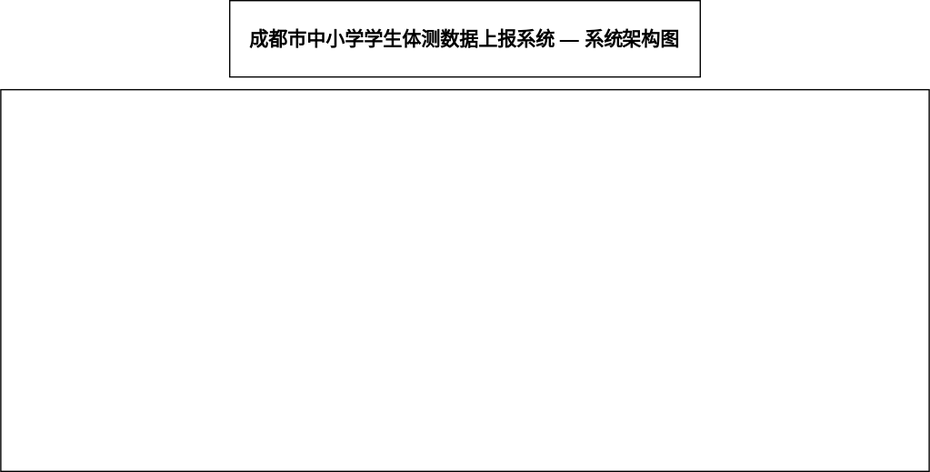
Before: test4_2总体设计_系统架构.drawio.svg, a diagram exported from draw.io (typeclover/xiamuanan). Source tidied: cells renumbered, new cells last; positions are measured from the earlier drawing's top-left corner, leaving out a move shared by most shapes. Its diagram source:
```xml
<mxGraphModel>
  <root>
    <mxCell id="0" />
    <mxCell id="1" parent="0" />
    <mxCell id="2" value="&lt;span style=&quot;font-family: &amp;quot;Microsoft YaHei&amp;quot;, SimHei, sans-serif; font-size: 15px; font-weight: 700; text-align: start; white-space: nowrap;&quot;&gt;成都市中小学学生体测数据上报系统 — 系统架构图&lt;/span&gt;" style="rounded=0;whiteSpace=wrap;html=1;" parent="1" vertex="1">
      <mxGeometry x="180" width="370" height="60" as="geometry" />
    </mxCell>
    <mxCell id="3" style="rounded=0;whiteSpace=wrap;html=1;" parent="1" vertex="1">
      <mxGeometry y="70" width="730" height="300" as="geometry" />
    </mxCell>
  </root>
</mxGraphModel>
```
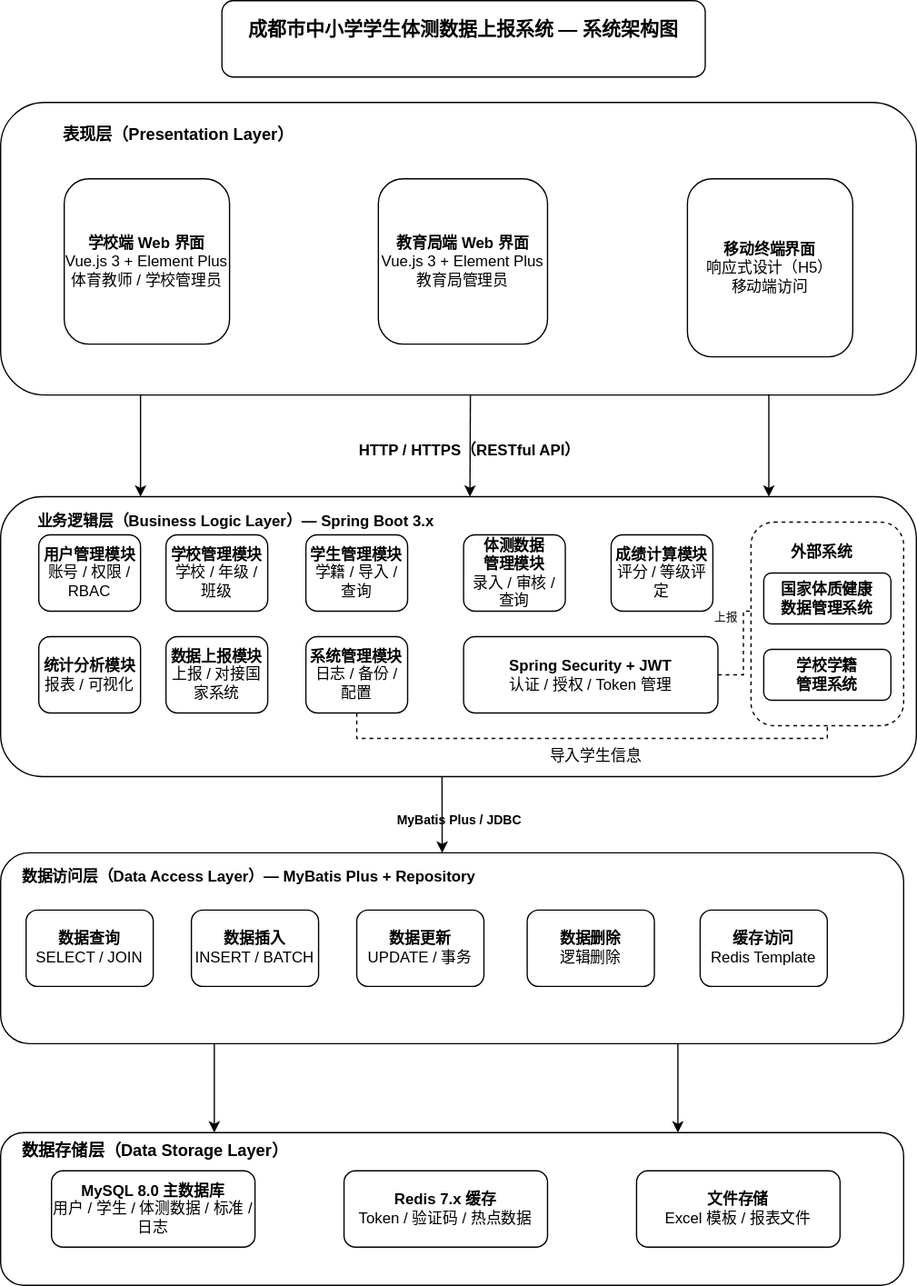
The same file after the commit.

Commit message:
更新test4_2总体设计_系统架构.drawio.svg

Change to the diagram source:
```diff
@@ -2,11 +2,156 @@
   <root>
     <mxCell id="0" />
     <mxCell id="1" parent="0" />
-    <mxCell id="2" value="&lt;span style=&quot;font-family: &amp;quot;Microsoft YaHei&amp;quot;, SimHei, sans-serif; font-size: 15px; font-weight: 700; text-align: start; white-space: nowrap;&quot;&gt;成都市中小学学生体测数据上报系统 — 系统架构图&lt;/span&gt;" style="rounded=0;whiteSpace=wrap;html=1;" parent="1" vertex="1">
-      <mxGeometry x="180" width="370" height="60" as="geometry" />
+    <mxCell id="2" value="&#10;&lt;span style=&quot;color: rgb(0, 0, 0); font-family: &amp;quot;Microsoft YaHei&amp;quot;, SimHei, sans-serif; font-size: 15px; font-style: normal; font-variant-ligatures: normal; font-variant-caps: normal; font-weight: 700; letter-spacing: normal; orphans: 2; text-align: start; text-indent: 0px; text-transform: none; widows: 2; word-spacing: 0px; -webkit-text-stroke-width: 0px; white-space: nowrap; text-decoration-thickness: initial; text-decoration-style: initial; text-decoration-color: initial; display: inline !important; float: none;&quot;&gt;成都市中小学学生体测数据上报系统 — 系统架构图&lt;/span&gt;&#10;&#10;" style="rounded=1;whiteSpace=wrap;html=1;" parent="1" vertex="1">
+      <mxGeometry x="180" width="380" height="60" as="geometry" />
     </mxCell>
-    <mxCell id="3" style="rounded=0;whiteSpace=wrap;html=1;" parent="1" vertex="1">
-      <mxGeometry y="70" width="730" height="300" as="geometry" />
-    </mxCell>
+    <mxCell id="4" style="rounded=1;whiteSpace=wrap;html=1;" parent="1" vertex="1">
+      <mxGeometry x="6" y="80" width="720" height="230" as="geometry" />
+    </mxCell>
+    <mxCell id="5" value="&lt;div&gt;&lt;b&gt;学校端 Web 界面&lt;/b&gt;&lt;/div&gt;&lt;div&gt;Vue.js 3 + Element Plus&lt;/div&gt;&lt;div&gt;体育教师 / 学校管理员&lt;/div&gt;" style="rounded=1;whiteSpace=wrap;html=1;" parent="1" vertex="1">
+      <mxGeometry x="56" y="140" width="130" height="130" as="geometry" />
+    </mxCell>
+    <mxCell id="6" value="&lt;div&gt;&lt;b&gt;教育局端 Web 界面&lt;/b&gt;&lt;/div&gt;&lt;div&gt;Vue.js 3 + Element Plus&lt;/div&gt;&lt;div&gt;教育局管理员&lt;/div&gt;" style="rounded=1;whiteSpace=wrap;html=1;" parent="1" vertex="1">
+      <mxGeometry x="303" y="140" width="133" height="130" as="geometry" />
+    </mxCell>
+    <mxCell id="7" value="&lt;div&gt;&lt;b&gt;移动终端界面&lt;/b&gt;&lt;/div&gt;&lt;div&gt;响应式设计（H5）&lt;/div&gt;&lt;div&gt;移动端访问&lt;/div&gt;" style="rounded=1;whiteSpace=wrap;html=1;" parent="1" vertex="1">
+      <mxGeometry x="546" y="140" width="130" height="140" as="geometry" />
+    </mxCell>
+    <mxCell id="8" value="&lt;span style=&quot;font-family: &amp;quot;Microsoft YaHei&amp;quot;, SimHei, sans-serif; font-size: 13px; font-weight: 700; text-align: start; white-space: nowrap;&quot;&gt;表现层（Presentation Layer）&lt;/span&gt;" style="text;html=1;whiteSpace=wrap;strokeColor=none;fillColor=none;align=center;verticalAlign=middle;rounded=0;" parent="1" vertex="1">
+      <mxGeometry x="46" y="90" width="200" height="30" as="geometry" />
+    </mxCell>
+    <mxCell id="9" style="endArrow=classic;html=1;rounded=0;" parent="1" edge="1">
+      <mxGeometry relative="1" as="geometry">
+        <mxPoint x="116" y="310" as="sourcePoint" />
+        <mxPoint x="116" y="390" as="targetPoint" />
+      </mxGeometry>
+    </mxCell>
+    <mxCell id="10" style="endArrow=classic;html=1;rounded=0;exitX=0.15;exitY=1.014;exitDx=0;exitDy=0;exitPerimeter=0;" parent="1" edge="1">
+      <mxGeometry relative="1" as="geometry">
+        <mxPoint x="610" y="310" as="sourcePoint" />
+        <mxPoint x="610" y="390" as="targetPoint" />
+      </mxGeometry>
+    </mxCell>
+    <mxCell id="11" style="endArrow=classic;html=1;rounded=0;exitX=0.513;exitY=1;exitDx=0;exitDy=0;exitPerimeter=0;" parent="1" edge="1" source="4">
+      <mxGeometry relative="1" as="geometry">
+        <mxPoint x="375" y="390" as="targetPoint" />
+      </mxGeometry>
+    </mxCell>
+    <mxCell id="12" style="rounded=1;whiteSpace=wrap;html=1;" parent="1" vertex="1">
+      <mxGeometry x="6" y="390" width="720" height="220" as="geometry" />
+    </mxCell>
+    <mxCell id="13" value="HTTP / HTTPS（RESTful API）" style="text;whiteSpace=wrap;fontStyle=1;" parent="1" vertex="1">
+      <mxGeometry x="286" y="340" width="200" height="20" as="geometry" />
+    </mxCell>
+    <mxCell id="14" value="&lt;div&gt;&lt;b&gt;用户管理模块&lt;/b&gt;&lt;/div&gt;&lt;div&gt;账号 / 权限 / RBAC&lt;/div&gt;" style="rounded=1;whiteSpace=wrap;html=1;" parent="1" vertex="1">
+      <mxGeometry x="36" y="420" width="80" height="60" as="geometry" />
+    </mxCell>
+    <mxCell id="15" value="&lt;div&gt;&lt;b&gt;体测数据&lt;/b&gt;&lt;/div&gt;&lt;div&gt;&lt;b&gt;管理模块&lt;/b&gt;&lt;/div&gt;&lt;div&gt;录入 / 审核 / 查询&lt;/div&gt;" style="rounded=1;whiteSpace=wrap;html=1;" parent="1" vertex="1">
+      <mxGeometry x="370" y="420" width="80" height="60" as="geometry" />
+    </mxCell>
+    <mxCell id="16" value="&lt;div&gt;&lt;b&gt;学生管理模块&lt;/b&gt;&lt;/div&gt;&lt;div&gt;学籍 / 导入 / 查询&lt;/div&gt;" style="rounded=1;whiteSpace=wrap;html=1;" parent="1" vertex="1">
+      <mxGeometry x="246" y="420" width="80" height="60" as="geometry" />
+    </mxCell>
+    <mxCell id="17" value="&lt;b&gt;学校管理模块&lt;/b&gt;&lt;br&gt;学校 / 年级 / 班级" style="rounded=1;whiteSpace=wrap;html=1;" parent="1" vertex="1">
+      <mxGeometry x="136" y="420" width="80" height="60" as="geometry" />
+    </mxCell>
+    <mxCell id="18" value="&lt;div&gt;&lt;b&gt;成绩计算模块&lt;/b&gt;&lt;/div&gt;&lt;div&gt;评分 / 等级评定&lt;/div&gt;" style="rounded=1;whiteSpace=wrap;html=1;" parent="1" vertex="1">
+      <mxGeometry x="486" y="420" width="80" height="60" as="geometry" />
+    </mxCell>
+    <mxCell id="19" value="&lt;div&gt;&lt;b&gt;统计分析模块&lt;/b&gt;&lt;/div&gt;&lt;div&gt;报表 / 可视化&lt;/div&gt;" style="rounded=1;whiteSpace=wrap;html=1;" parent="1" vertex="1">
+      <mxGeometry x="36" y="500" width="80" height="60" as="geometry" />
+    </mxCell>
+    <mxCell id="20" value="&lt;div&gt;&lt;b&gt;数据上报模块&lt;/b&gt;&lt;/div&gt;&lt;div&gt;上报 / 对接国家系统&lt;/div&gt;" style="rounded=1;whiteSpace=wrap;html=1;" parent="1" vertex="1">
+      <mxGeometry x="136" y="500" width="80" height="60" as="geometry" />
+    </mxCell>
+    <mxCell id="21" style="edgeStyle=orthogonalEdgeStyle;rounded=0;jettySize=auto;html=1;entryX=0.5;entryY=1;entryDx=0;entryDy=0;exitX=0.5;exitY=1;exitDx=0;exitDy=0;dashed=1;" parent="1" edge="1" source="22" target="28">
+      <mxGeometry relative="1" as="geometry">
+        <Array as="points">
+          <mxPoint x="286" y="580" />
+          <mxPoint x="656" y="580" />
+        </Array>
+      </mxGeometry>
+    </mxCell>
+    <mxCell id="22" value="&lt;b&gt;系统管理模块&lt;/b&gt;&lt;br&gt;日志 / 备份 / 配置" style="rounded=1;whiteSpace=wrap;html=1;" parent="1" vertex="1">
+      <mxGeometry x="246" y="500" width="80" height="60" as="geometry" />
+    </mxCell>
+    <mxCell id="23" style="edgeStyle=orthogonalEdgeStyle;rounded=0;jettySize=auto;html=1;entryX=0;entryY=0.75;entryDx=0;entryDy=0;dashed=1;" parent="1" edge="1" source="24" target="27">
+      <mxGeometry relative="1" as="geometry" />
+    </mxCell>
+    <mxCell id="24" value="&lt;b&gt;Spring Security + JWT&lt;/b&gt;&lt;br&gt;认证 / 授权 / Token 管理" style="rounded=1;whiteSpace=wrap;html=1;" parent="1" vertex="1">
+      <mxGeometry x="370" y="500" width="200" height="60" as="geometry" />
+    </mxCell>
+    <mxCell id="25" style="rounded=1;whiteSpace=wrap;html=1;dashed=1;" parent="1" vertex="1">
+      <mxGeometry x="596" y="410" width="120" height="160" as="geometry" />
+    </mxCell>
+    <mxCell id="26" value="业务逻辑层（Business Logic Layer）— Spring Boot 3.x" style="text;whiteSpace=wrap;fontStyle=1;fontFamily=Helvetica;fontSize=12;fontColor=default;align=center;verticalAlign=middle;" parent="1" vertex="1">
+      <mxGeometry x="26" y="390" width="330" height="40" as="geometry" />
+    </mxCell>
+    <mxCell id="27" value="&lt;b&gt;国家体质健康&lt;br&gt;数据管理系统&lt;/b&gt;" style="rounded=1;whiteSpace=wrap;html=1;" parent="1" vertex="1">
+      <mxGeometry x="606" y="450" width="100" height="40" as="geometry" />
+    </mxCell>
+    <mxCell id="28" value="&lt;b&gt;学校学籍&lt;br&gt;管理系统&lt;/b&gt;" style="rounded=1;whiteSpace=wrap;html=1;" parent="1" vertex="1">
+      <mxGeometry x="606" y="510" width="100" height="40" as="geometry" />
+    </mxCell>
+    <mxCell id="29" value="外部系统" style="text;whiteSpace=wrap;fontStyle=1;" parent="1" vertex="1">
+      <mxGeometry x="626" y="420" width="80" height="40" as="geometry" />
+    </mxCell>
+    <mxCell id="30" value="导入学生信息" style="text;whiteSpace=wrap;" parent="1" vertex="1">
+      <mxGeometry x="436" y="580" width="90" height="20" as="geometry" />
+    </mxCell>
+    <mxCell id="31" value="&lt;span style=&quot;color: rgb(0, 0, 0); font-family: &amp;quot;Microsoft YaHei&amp;quot;, SimHei, sans-serif; font-size: 9px; font-style: normal; font-variant-ligatures: normal; font-variant-caps: normal; font-weight: 400; letter-spacing: normal; orphans: 2; text-align: start; text-indent: 0px; text-transform: none; widows: 2; word-spacing: 0px; -webkit-text-stroke-width: 0px; white-space: nowrap; text-decoration-thickness: initial; text-decoration-style: initial; text-decoration-color: initial; display: inline !important; float: none;&quot;&gt;上报&lt;/span&gt;" style="text;whiteSpace=wrap;html=1;" parent="1" vertex="1">
+      <mxGeometry x="566" y="470" width="30" height="20" as="geometry" />
+    </mxCell>
+    <mxCell id="32" style="rounded=1;whiteSpace=wrap;html=1;" parent="1" vertex="1">
+      <mxGeometry x="6" y="670" width="710" height="150" as="geometry" />
+    </mxCell>
+    <mxCell id="33" value="&lt;b&gt;数据查询&lt;/b&gt;&lt;br&gt;SELECT / JOIN" style="rounded=1;whiteSpace=wrap;html=1;" parent="1" vertex="1">
+      <mxGeometry x="26" y="715" width="100" height="60" as="geometry" />
+    </mxCell>
+    <mxCell id="34" value="&lt;b&gt;数据插入&lt;/b&gt;&lt;br&gt;INSERT / BATCH" style="rounded=1;whiteSpace=wrap;html=1;" parent="1" vertex="1">
+      <mxGeometry x="156" y="715" width="100" height="60" as="geometry" />
+    </mxCell>
+    <mxCell id="35" value="&lt;b&gt;数据更新&lt;/b&gt;&lt;br&gt;UPDATE / 事务" style="rounded=1;whiteSpace=wrap;html=1;" parent="1" vertex="1">
+      <mxGeometry x="286" y="715" width="100" height="60" as="geometry" />
+    </mxCell>
+    <mxCell id="36" value="&lt;b&gt;数据删除&lt;/b&gt;&lt;br&gt;逻辑删除" style="rounded=1;whiteSpace=wrap;html=1;" parent="1" vertex="1">
+      <mxGeometry x="420" y="715" width="100" height="60" as="geometry" />
+    </mxCell>
+    <mxCell id="37" value="&lt;b&gt;缓存访问&lt;/b&gt;&lt;br&gt;Redis Template" style="rounded=1;whiteSpace=wrap;html=1;" parent="1" vertex="1">
+      <mxGeometry x="556" y="715" width="100" height="60" as="geometry" />
+    </mxCell>
+    <mxCell id="38" value="数据访问层（Data Access Layer）— MyBatis Plus + Repository" style="text;whiteSpace=wrap;fontStyle=1;" parent="1" vertex="1">
+      <mxGeometry x="21" y="675" width="370" height="40" as="geometry" />
+    </mxCell>
+    <mxCell id="39" style="endArrow=classic;html=1;rounded=0;exitX=0.482;exitY=1;exitDx=0;exitDy=0;exitPerimeter=0;entryX=0.489;entryY=0;entryDx=0;entryDy=0;entryPerimeter=0;" parent="1" edge="1" source="12" target="32">
+      <mxGeometry relative="1" as="geometry" />
+    </mxCell>
+    <mxCell id="40" value="&lt;span style=&quot;color: rgb(0, 0, 0); font-family: &amp;quot;Microsoft YaHei&amp;quot;, SimHei, sans-serif; font-size: 10px; font-style: normal; font-variant-ligatures: normal; font-variant-caps: normal; letter-spacing: normal; orphans: 2; text-align: start; text-indent: 0px; text-transform: none; widows: 2; word-spacing: 0px; -webkit-text-stroke-width: 0px; white-space: nowrap; text-decoration-thickness: initial; text-decoration-style: initial; text-decoration-color: initial; float: none; display: inline !important;&quot;&gt;&lt;b&gt;MyBatis Plus / JDBC&lt;/b&gt;&lt;/span&gt;" style="text;whiteSpace=wrap;html=1;" parent="1" vertex="1">
+      <mxGeometry x="316" y="630" width="130" height="40" as="geometry" />
+    </mxCell>
+    <mxCell id="41" style="rounded=1;whiteSpace=wrap;html=1;" parent="1" vertex="1">
+      <mxGeometry x="6" y="890" width="710" height="120" as="geometry" />
+    </mxCell>
+    <mxCell id="42" value="&lt;b&gt;MySQL 8.0 主数据库&lt;/b&gt;&lt;br&gt;用户 / 学生 / 体测数据 / 标准 / 日志" style="rounded=1;whiteSpace=wrap;html=1;" parent="1" vertex="1">
+      <mxGeometry x="46" y="920" width="160" height="60" as="geometry" />
+    </mxCell>
+    <mxCell id="43" value="&lt;b&gt;文件存储&lt;/b&gt;&lt;br&gt;Excel 模板 / 报表文件" style="rounded=1;whiteSpace=wrap;html=1;" parent="1" vertex="1">
+      <mxGeometry x="506" y="920" width="160" height="60" as="geometry" />
+    </mxCell>
+    <mxCell id="44" value="&lt;b&gt;Redis 7.x 缓存&lt;br&gt;&lt;/b&gt;Token / 验证码 / 热点数据" style="rounded=1;whiteSpace=wrap;html=1;" parent="1" vertex="1">
+      <mxGeometry x="276" y="920" width="160" height="60" as="geometry" />
+    </mxCell>
+    <mxCell id="45" value="&lt;span style=&quot;color: rgb(0, 0, 0); font-family: &amp;quot;Microsoft YaHei&amp;quot;, SimHei, sans-serif; font-size: 13px; font-style: normal; font-variant-ligatures: normal; font-variant-caps: normal; font-weight: 700; letter-spacing: normal; orphans: 2; text-align: start; text-indent: 0px; text-transform: none; widows: 2; word-spacing: 0px; -webkit-text-stroke-width: 0px; white-space: nowrap; text-decoration-thickness: initial; text-decoration-style: initial; text-decoration-color: initial; display: inline !important; float: none;&quot;&gt;数据存储层（Data Storage Layer）&lt;/span&gt;" style="text;whiteSpace=wrap;html=1;" parent="1" vertex="1">
+      <mxGeometry x="21" y="890" width="250" height="20" as="geometry" />
+    </mxCell>
+    <mxCell id="46" style="endArrow=classic;html=1;rounded=0;" parent="1" edge="1">
+      <mxGeometry relative="1" as="geometry">
+        <mxPoint x="174" y="820" as="sourcePoint" />
+        <mxPoint x="174" y="890" as="targetPoint" />
+      </mxGeometry>
+    </mxCell>
+    <mxCell id="47" style="endArrow=classic;html=1;rounded=0;exitX=0.75;exitY=1;exitDx=0;exitDy=0;entryX=0.75;entryY=0;entryDx=0;entryDy=0;" parent="1" edge="1" source="32" target="41">
+      <mxGeometry relative="1" as="geometry" />
+    </mxCell>
   </root>
 </mxGraphModel>
```
